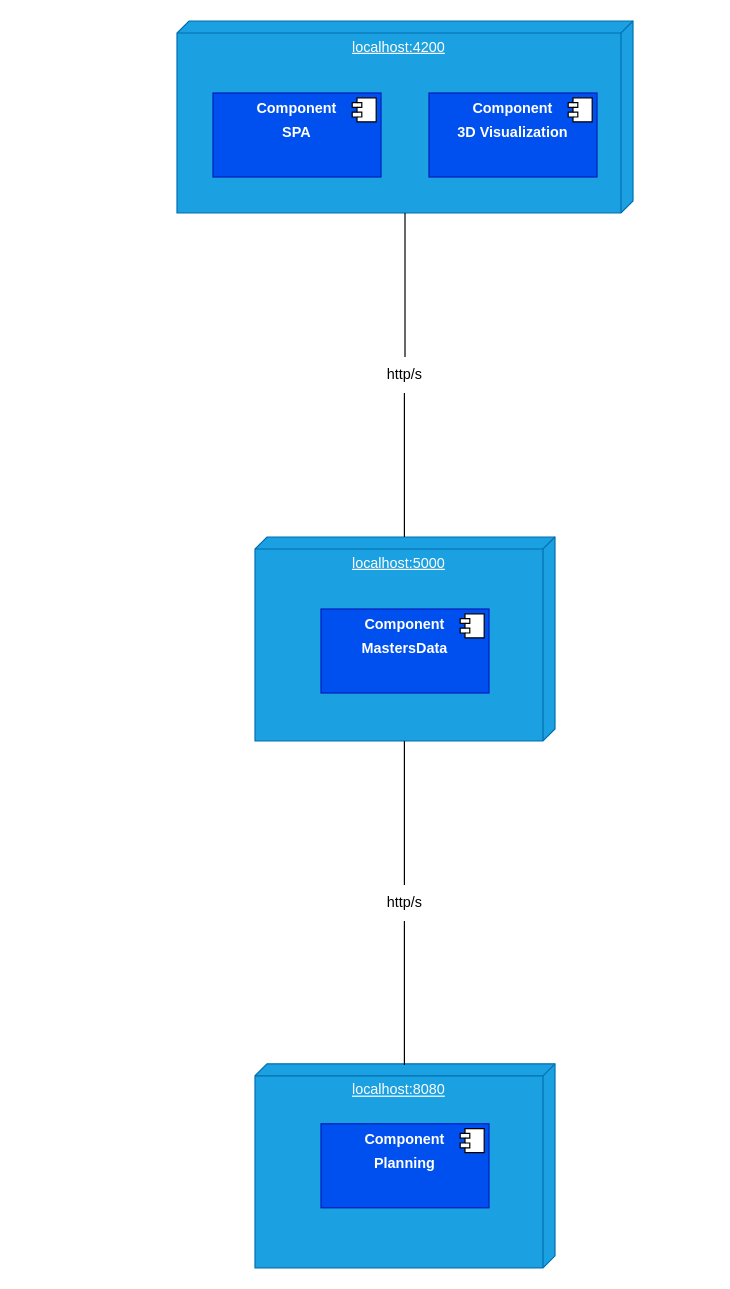
Earlier version of the draw.io diagram docs/L2/Physical_View.drawio (Rodrick0209/ISEP-SEM5PI-24-25). Source tidied: cells renumbered, new cells numbered last; positions are measured from the earlier drawing's top-left corner, leaving out a move shared by most shapes. Both pictures are drawn from the tidied source at 120%, with x=0, y=0 at pixel (176, 20).
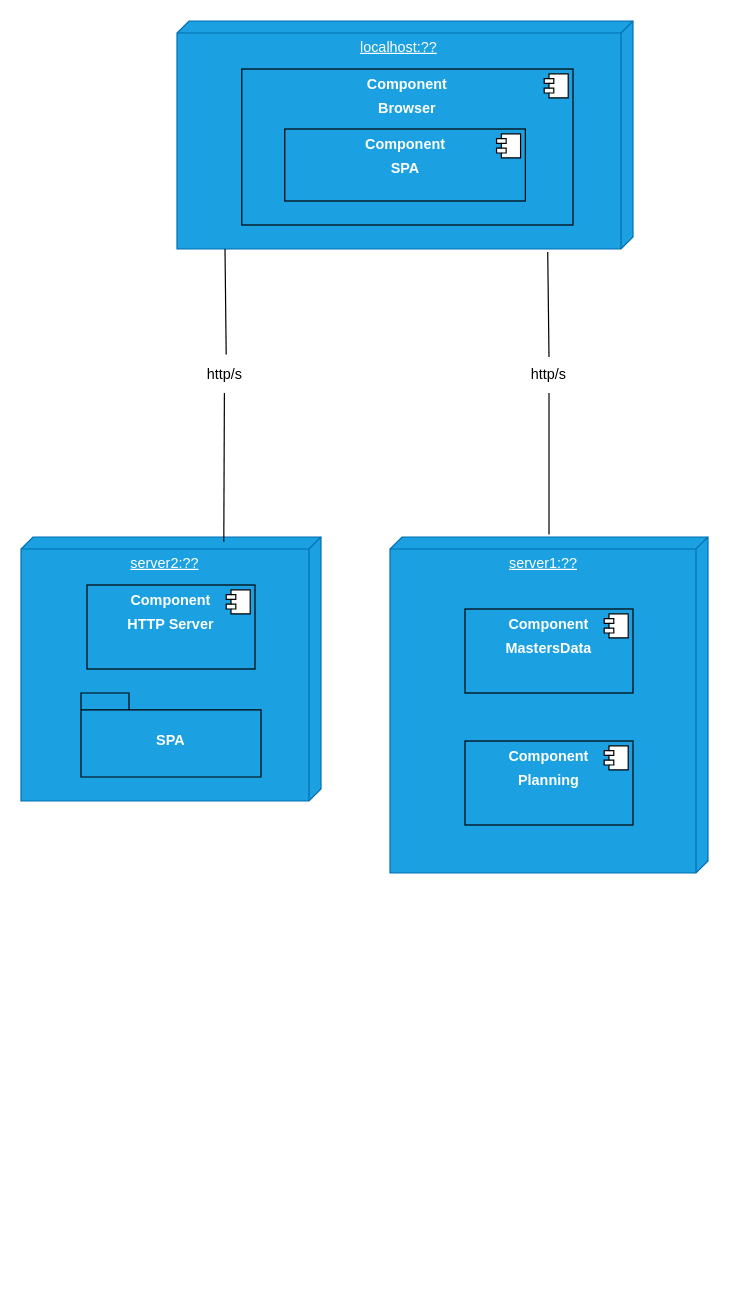
After the change.

What changed in the source:
```diff
@@
-    <mxCell id="2" value="localhost:4200" style="verticalAlign=top;align=center;spacingTop=8;spacingLeft=2;spacingRight=12;shape=cube;size=10;direction=south;fontStyle=4;html=1;whiteSpace=wrap;fillColor=#1ba1e2;fontColor=#ffffff;strokeColor=#006EAF;" parent="1" vertex="1">
-      <mxGeometry width="380" height="160" as="geometry" />
+    <mxCell id="2" value="localhost:??" style="verticalAlign=top;align=center;spacingTop=8;spacingLeft=2;spacingRight=12;shape=cube;size=10;direction=south;fontStyle=4;html=1;whiteSpace=wrap;fillColor=#1ba1e2;fontColor=#ffffff;strokeColor=#006EAF;" parent="1" vertex="1">
+      <mxGeometry width="380" height="190" as="geometry" />
     </mxCell>
-    <mxCell id="3" value="&lt;p style=&quot;margin:0px;margin-top:6px;text-align:center;&quot;&gt;&lt;b&gt;Component&lt;/b&gt;&lt;/p&gt;&lt;p style=&quot;margin:0px;margin-top:6px;text-align:center;&quot;&gt;&lt;b&gt;SPA&lt;/b&gt;&lt;/p&gt;" style="align=left;overflow=fill;html=1;whiteSpace=wrap;fillColor=#0050ef;fontColor=#ffffff;strokeColor=#001DBC;" parent="1" vertex="1">
-      <mxGeometry x="30" y="60" width="140" height="70" as="geometry" />
-    </mxCell>
-    <mxCell id="4" style="shape=component;jettyWidth=8;jettyHeight=4;" parent="3" vertex="1">
-      <mxGeometry x="1" width="20" height="20" relative="1" as="geometry">
-        <mxPoint x="-24" y="4" as="offset" />
-      </mxGeometry>
-    </mxCell>
-    <mxCell id="5" value="localhost:5000" style="verticalAlign=top;align=center;spacingTop=8;spacingLeft=2;spacingRight=12;shape=cube;size=10;direction=south;fontStyle=4;html=1;whiteSpace=wrap;fillColor=#1ba1e2;fontColor=#ffffff;strokeColor=#006EAF;" parent="1" vertex="1">
-      <mxGeometry x="65" y="430" width="250" height="170" as="geometry" />
+    <mxCell id="5" value="server1:??" style="verticalAlign=top;align=center;spacingTop=8;spacingLeft=2;spacingRight=12;shape=cube;size=10;direction=south;fontStyle=4;html=1;whiteSpace=wrap;fillColor=#1ba1e2;fontColor=#ffffff;strokeColor=#006EAF;" parent="1" vertex="1">
+      <mxGeometry x="177.5" y="430" width="265" height="280" as="geometry" />
     </mxCell>
-    <mxCell id="6" value="&lt;p style=&quot;margin:0px;margin-top:6px;text-align:center;&quot;&gt;&lt;b&gt;Component&lt;/b&gt;&lt;/p&gt;&lt;p style=&quot;margin:0px;margin-top:6px;text-align:center;&quot;&gt;&lt;b&gt;MastersData&lt;/b&gt;&lt;/p&gt;" style="align=left;overflow=fill;html=1;whiteSpace=wrap;fillColor=#0050ef;fontColor=#ffffff;strokeColor=#001DBC;" parent="1" vertex="1">
-      <mxGeometry x="120" y="490" width="140" height="70" as="geometry" />
+    <mxCell id="6" value="&lt;p style=&quot;margin:0px;margin-top:6px;text-align:center;&quot;&gt;&lt;b&gt;Component&lt;/b&gt;&lt;/p&gt;&lt;p style=&quot;margin:0px;margin-top:6px;text-align:center;&quot;&gt;&lt;b&gt;MastersData&lt;/b&gt;&lt;/p&gt;" style="align=left;overflow=fill;html=1;whiteSpace=wrap;fillColor=#1ba1e2;fontColor=#ffffff;strokeColor=default;" parent="1" vertex="1">
+      <mxGeometry x="240" y="490" width="140" height="70" as="geometry" />
     </mxCell>
@@
-    <mxCell id="8" value="&lt;p style=&quot;margin:0px;margin-top:6px;text-align:center;&quot;&gt;&lt;b&gt;Component&lt;/b&gt;&lt;/p&gt;&lt;p style=&quot;margin:0px;margin-top:6px;text-align:center;&quot;&gt;&lt;b&gt;3D Visualization&lt;/b&gt;&lt;/p&gt;" style="align=left;overflow=fill;html=1;whiteSpace=wrap;fillColor=#0050ef;fontColor=#ffffff;strokeColor=#001DBC;" parent="1" vertex="1">
-      <mxGeometry x="210" y="60" width="140" height="70" as="geometry" />
-    </mxCell>
-    <mxCell id="9" style="shape=component;jettyWidth=8;jettyHeight=4;" parent="8" vertex="1">
-      <mxGeometry x="1" width="20" height="20" relative="1" as="geometry">
-        <mxPoint x="-24" y="4" as="offset" />
-      </mxGeometry>
-    </mxCell>
-    <mxCell id="10" value="localhost:8080" style="verticalAlign=top;align=center;spacingTop=8;spacingLeft=2;spacingRight=12;shape=cube;size=10;direction=south;fontStyle=4;html=1;whiteSpace=wrap;fillColor=#1ba1e2;fontColor=#ffffff;strokeColor=#006EAF;" parent="1" vertex="1">
-      <mxGeometry x="65" y="869" width="250" height="170" as="geometry" />
+    <mxCell id="10" value="server2:??" style="verticalAlign=top;align=center;spacingTop=8;spacingLeft=2;spacingRight=12;shape=cube;size=10;direction=south;fontStyle=4;html=1;whiteSpace=wrap;fillColor=#1ba1e2;fontColor=#ffffff;strokeColor=#006EAF;" parent="1" vertex="1">
+      <mxGeometry x="-130" y="430" width="250" height="220" as="geometry" />
     </mxCell>
-    <mxCell id="11" value="&lt;p style=&quot;margin:0px;margin-top:6px;text-align:center;&quot;&gt;&lt;b&gt;Component&lt;/b&gt;&lt;/p&gt;&lt;p style=&quot;margin:0px;margin-top:6px;text-align:center;&quot;&gt;&lt;b&gt;Planning&lt;/b&gt;&lt;/p&gt;" style="align=left;overflow=fill;html=1;whiteSpace=wrap;fillColor=#0050ef;fontColor=#ffffff;strokeColor=#001DBC;" parent="1" vertex="1">
-      <mxGeometry x="120" y="919" width="140" height="70" as="geometry" />
+    <mxCell id="11" value="&lt;p style=&quot;margin:0px;margin-top:6px;text-align:center;&quot;&gt;&lt;b&gt;Component&lt;/b&gt;&lt;/p&gt;&lt;p style=&quot;margin:0px;margin-top:6px;text-align:center;&quot;&gt;&lt;b&gt;Planning&lt;/b&gt;&lt;/p&gt;" style="align=left;overflow=fill;html=1;whiteSpace=wrap;fillColor=#1ba1e2;fontColor=#ffffff;strokeColor=default;" parent="1" vertex="1">
+      <mxGeometry x="240" y="600" width="140" height="70" as="geometry" />
     </mxCell>
@@
     <mxCell id="13" value="http/s" style="text;html=1;align=center;verticalAlign=middle;whiteSpace=wrap;rounded=0;" parent="1" vertex="1">
-      <mxGeometry x="160" y="280" width="60" height="30" as="geometry" />
+      <mxGeometry x="280" y="280" width="60" height="30" as="geometry" />
     </mxCell>
-    <mxCell id="14" style="endArrow=none;html=1;rounded=0;exitX=0.5;exitY=0;exitDx=0;exitDy=0;" parent="1" edge="1" source="13">
+    <mxCell id="14" style="endArrow=none;html=1;rounded=0;entryX=1.013;entryY=0.187;entryDx=0;entryDy=0;entryPerimeter=0;" parent="1" edge="1" target="2">
       <mxGeometry relative="1" as="geometry">
-        <mxPoint x="190" y="160" as="targetPoint" />
+        <mxPoint x="310" y="280" as="sourcePoint" />
       </mxGeometry>
     </mxCell>
-    <mxCell id="15" style="endArrow=none;html=1;rounded=0;exitX=0.5;exitY=0;exitDx=0;exitDy=0;" parent="1" edge="1">
+    <mxCell id="15" style="endArrow=none;html=1;rounded=0;entryX=0.5;entryY=1;entryDx=0;entryDy=0;" parent="1" edge="1" target="13">
       <mxGeometry relative="1" as="geometry">
-        <mxPoint x="189.5" y="430" as="sourcePoint" />
-        <mxPoint x="189.5" y="310" as="targetPoint" />
+        <mxPoint x="310" y="428" as="sourcePoint" />
       </mxGeometry>
     </mxCell>
-    <mxCell id="16" style="endArrow=none;html=1;rounded=0;exitX=0.5;exitY=0;exitDx=0;exitDy=0;" parent="1" edge="1">
-      <mxGeometry relative="1" as="geometry">
-        <mxPoint x="189.5" y="870" as="sourcePoint" />
-        <mxPoint x="189.5" y="750" as="targetPoint" />
-      </mxGeometry>
-    </mxCell>
+    <mxCell id="19" value="&lt;p style=&quot;margin:0px;margin-top:6px;text-align:center;&quot;&gt;&lt;b&gt;Component&lt;/b&gt;&lt;/p&gt;&lt;p style=&quot;margin:0px;margin-top:6px;text-align:center;&quot;&gt;&lt;b&gt;Browser&lt;/b&gt;&lt;/p&gt;" style="align=left;overflow=fill;html=1;whiteSpace=wrap;fillColor=#1ba1e2;fontColor=#ffffff;strokeColor=default;" parent="1" vertex="1">
+      <mxGeometry x="54" y="40" width="276" height="130" as="geometry" />
+    </mxCell>
+    <mxCell id="20" style="shape=component;jettyWidth=8;jettyHeight=4;" parent="19" vertex="1">
+      <mxGeometry x="1" width="20" height="20" relative="1" as="geometry">
+        <mxPoint x="-24" y="4" as="offset" />
+      </mxGeometry>
+    </mxCell>
+    <mxCell id="3" value="&lt;p style=&quot;margin:0px;margin-top:6px;text-align:center;&quot;&gt;&lt;b&gt;Component&lt;/b&gt;&lt;/p&gt;&lt;p style=&quot;margin:0px;margin-top:6px;text-align:center;&quot;&gt;&lt;b&gt;SPA&lt;/b&gt;&lt;/p&gt;" style="align=left;overflow=fill;html=1;whiteSpace=wrap;fillColor=#1ba1e2;fontColor=#ffffff;strokeColor=#000000;" parent="1" vertex="1">
+      <mxGeometry x="89.8" y="90" width="200.5" height="60" as="geometry" />
+    </mxCell>
+    <mxCell id="21" style="shape=component;jettyWidth=8;jettyHeight=4;" parent="3" vertex="1">
+      <mxGeometry x="1" width="20" height="20" relative="1" as="geometry">
+        <mxPoint x="-24" y="4" as="offset" />
+      </mxGeometry>
+    </mxCell>
+    <mxCell id="22" value="&lt;p style=&quot;margin:0px;margin-top:6px;text-align:center;&quot;&gt;&lt;b&gt;Component&lt;/b&gt;&lt;/p&gt;&lt;p style=&quot;margin:0px;margin-top:6px;text-align:center;&quot;&gt;&lt;b&gt;HTTP Server&lt;/b&gt;&lt;/p&gt;" style="align=left;overflow=fill;html=1;whiteSpace=wrap;fillColor=#1ba1e2;fontColor=#ffffff;strokeColor=default;" parent="1" vertex="1">
+      <mxGeometry x="-75" y="470" width="140" height="70" as="geometry" />
+    </mxCell>
+    <mxCell id="23" style="shape=component;jettyWidth=8;jettyHeight=4;" parent="22" vertex="1">
+      <mxGeometry x="1" width="20" height="20" relative="1" as="geometry">
+        <mxPoint x="-24" y="4" as="offset" />
+      </mxGeometry>
+    </mxCell>
+    <mxCell id="24" value="SPA" style="shape=folder;fontStyle=1;spacingTop=10;tabWidth=40;tabHeight=14;tabPosition=left;html=1;whiteSpace=wrap;fillColor=#1ba1e2;fontColor=#ffffff;strokeColor=default;" parent="1" vertex="1">
+      <mxGeometry x="-80" y="560" width="150" height="70" as="geometry" />
+    </mxCell>
+    <mxCell id="25" style="endArrow=none;html=1;rounded=0;entryX=1.013;entryY=0.187;entryDx=0;entryDy=0;entryPerimeter=0;" parent="1" edge="1">
+      <mxGeometry relative="1" as="geometry">
+        <mxPoint x="41" y="278" as="sourcePoint" />
+        <mxPoint x="40" y="190" as="targetPoint" />
+      </mxGeometry>
+    </mxCell>
     <mxCell id="17" value="http/s" style="text;html=1;align=center;verticalAlign=middle;whiteSpace=wrap;rounded=0;" parent="1" vertex="1">
-      <mxGeometry x="160" y="720" width="60" height="30" as="geometry" />
+      <mxGeometry x="10" y="280" width="60" height="30" as="geometry" />
     </mxCell>
-    <mxCell id="18" style="endArrow=none;html=1;rounded=0;exitX=0.5;exitY=0;exitDx=0;exitDy=0;" parent="1" edge="1">
-      <mxGeometry relative="1" as="geometry">
-        <mxPoint x="189.5" y="720" as="sourcePoint" />
-        <mxPoint x="189.5" y="600" as="targetPoint" />
-      </mxGeometry>
-    </mxCell>
+    <mxCell id="26" style="endArrow=none;html=1;rounded=0;entryX=0.5;entryY=1;entryDx=0;entryDy=0;exitX=0.018;exitY=0.324;exitDx=0;exitDy=0;exitPerimeter=0;" parent="1" edge="1" source="10">
+      <mxGeometry relative="1" as="geometry">
+        <mxPoint x="39.5" y="310" as="targetPoint" />
+      </mxGeometry>
+    </mxCell>
```
